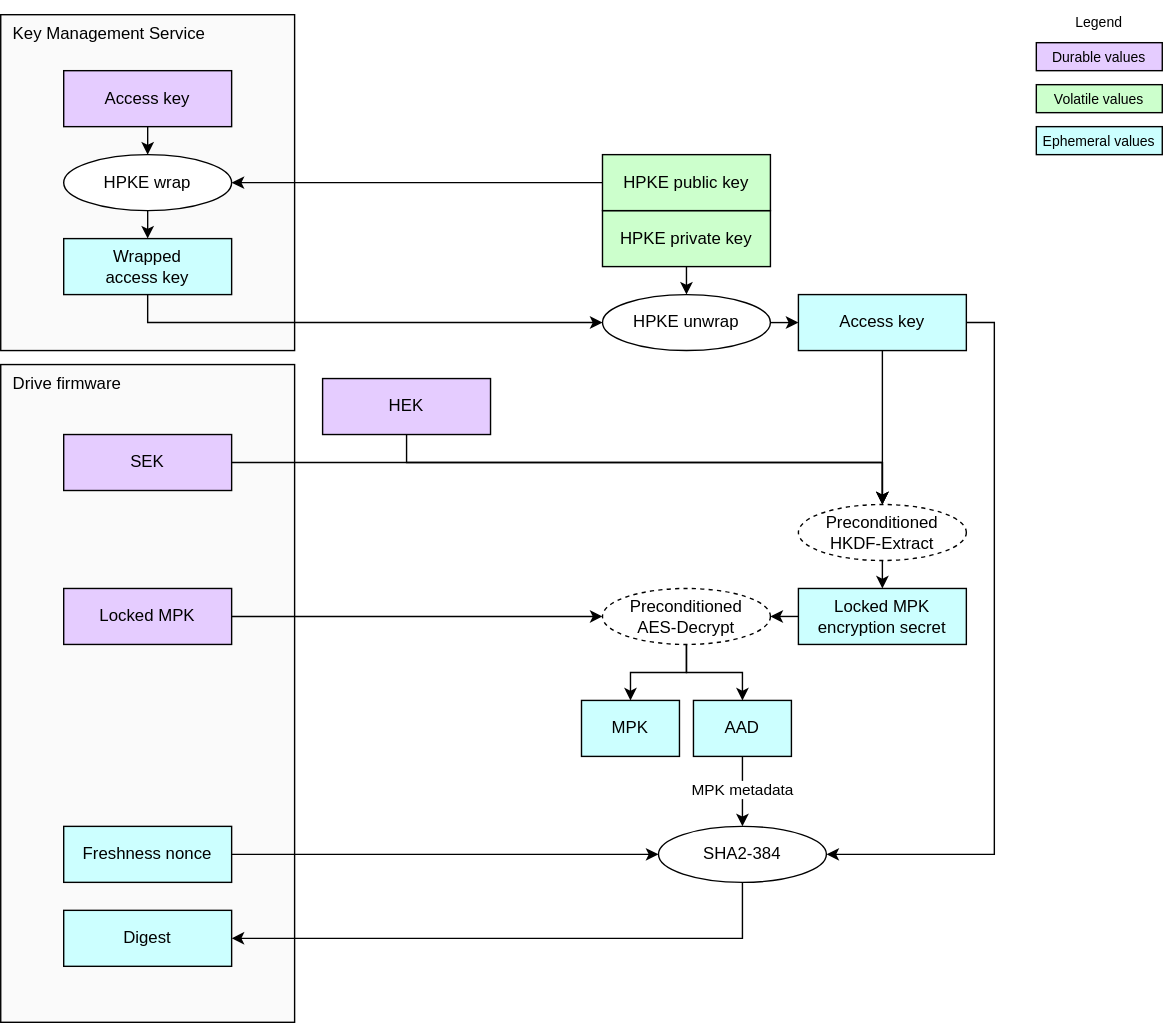
chipsalliance/Caliptra keeps this draw.io diagram as doc/ocp_lock/diagrams/mpk_access_key_testing.drawio.svg. Above is the earlier version. Source tidied: cells renumbered, new cells last; positions are measured from the earlier drawing's top-left corner, leaving out a move shared by most shapes.
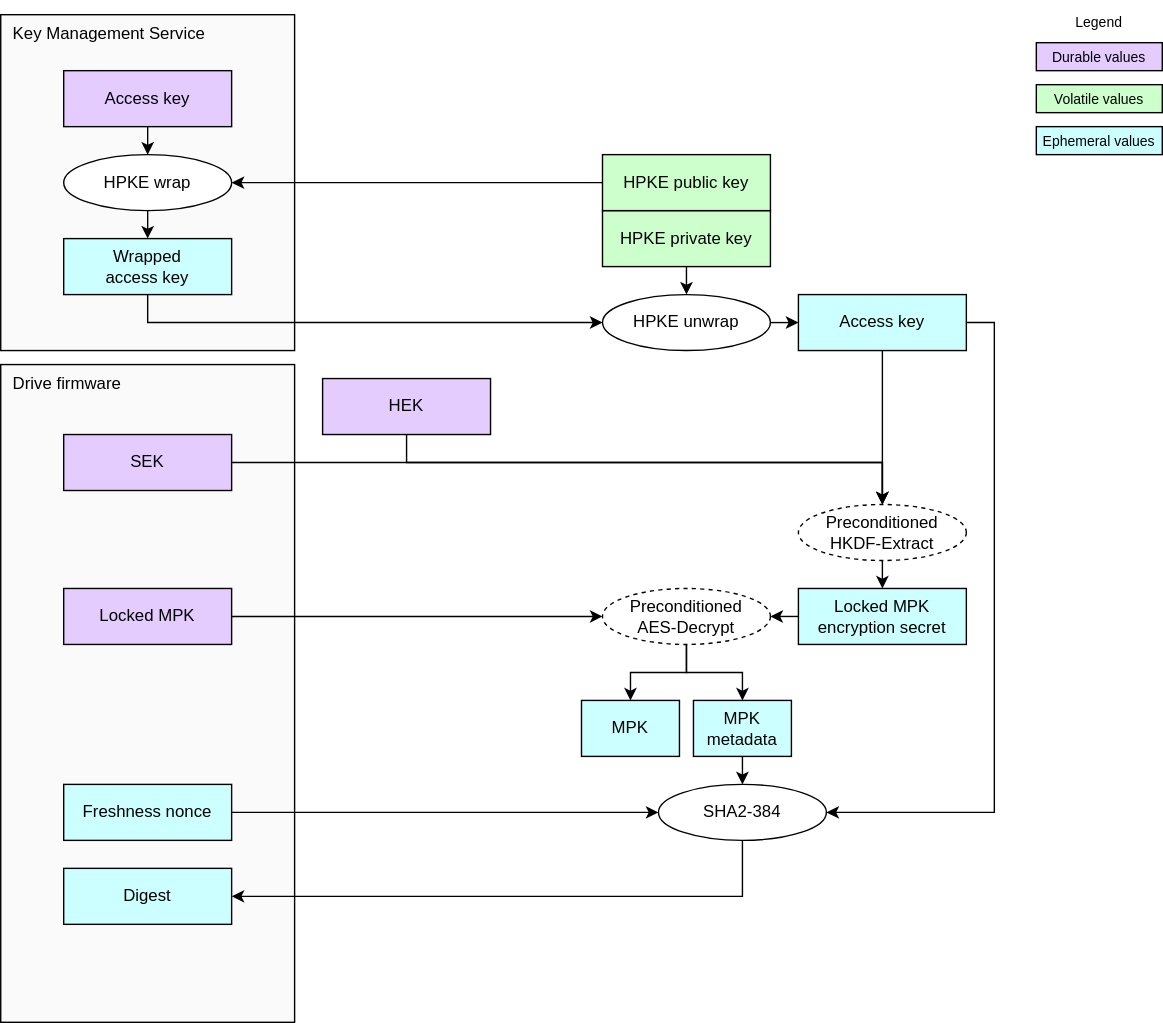
After the commit.

Change to the diagram source:
```diff
@@ -18,7 +18,7 @@
       <mxGeometry relative="1" as="geometry">
         <Array as="points">
           <mxPoint x="710" y="230" />
-          <mxPoint x="710" y="610" />
+          <mxPoint x="710" y="580" />
         </Array>
       </mxGeometry>
     </mxCell>
@@ -138,16 +138,16 @@
       <mxGeometry relative="1" as="geometry" />
     </mxCell>
     <mxCell id="37" value="SHA2-384" style="ellipse;whiteSpace=wrap;html=1;fillColor=#FFFFFF;" parent="1" vertex="1">
-      <mxGeometry x="470" y="590" width="120" height="40" as="geometry" />
+      <mxGeometry x="470" y="560" width="120" height="40" as="geometry" />
     </mxCell>
     <mxCell id="38" style="edgeStyle=none;html=1;exitX=1;exitY=0.5;exitDx=0;exitDy=0;entryX=0;entryY=0.5;entryDx=0;entryDy=0;" parent="1" edge="1" source="39" target="37">
       <mxGeometry relative="1" as="geometry" />
     </mxCell>
     <mxCell id="39" value="&lt;div&gt;&lt;font color=&quot;#000000&quot;&gt;Freshness nonce&lt;/font&gt;&lt;/div&gt;" style="rounded=0;whiteSpace=wrap;html=1;align=center;verticalAlign=middle;shadow=0;glass=0;spacingLeft=0;spacingBottom=0;spacingTop=0;fillColor=#CCFFFF;" parent="1" vertex="1">
-      <mxGeometry x="45" y="590" width="120" height="40" as="geometry" />
+      <mxGeometry x="45" y="560" width="120" height="40" as="geometry" />
     </mxCell>
     <mxCell id="40" value="&lt;div&gt;&lt;font color=&quot;#000000&quot;&gt;Digest&lt;/font&gt;&lt;/div&gt;" style="rounded=0;whiteSpace=wrap;html=1;align=center;verticalAlign=middle;shadow=0;glass=0;spacingLeft=0;spacingBottom=0;spacingTop=0;fillColor=#CCFFFF;" parent="1" vertex="1">
-      <mxGeometry x="45" y="650" width="120" height="40" as="geometry" />
+      <mxGeometry x="45" y="620" width="120" height="40" as="geometry" />
     </mxCell>
     <mxCell id="41" value="&lt;div&gt;&lt;font color=&quot;#000000&quot;&gt;MPK&lt;/font&gt;&lt;/div&gt;" style="rounded=0;whiteSpace=wrap;html=1;align=center;verticalAlign=middle;shadow=0;glass=0;spacingLeft=0;spacingBottom=0;spacingTop=0;fillColor=#CCFFFF;" parent="1" vertex="1">
       <mxGeometry x="415" y="500" width="70" height="40" as="geometry" />
@@ -155,10 +155,7 @@
     <mxCell id="42" style="edgeStyle=none;html=1;exitX=0.5;exitY=1;exitDx=0;exitDy=0;entryX=0.5;entryY=0;entryDx=0;entryDy=0;" parent="1" edge="1" source="44" target="37">
       <mxGeometry relative="1" as="geometry" />
     </mxCell>
-    <mxCell id="43" value="MPK metadata" style="edgeLabel;html=1;align=center;verticalAlign=middle;" parent="42" vertex="1">
-      <mxGeometry x="-0.06" y="-1" relative="1" as="geometry" />
-    </mxCell>
-    <mxCell id="44" value="&lt;div&gt;&lt;font color=&quot;#000000&quot;&gt;AAD&lt;/font&gt;&lt;/div&gt;" style="rounded=0;whiteSpace=wrap;html=1;align=center;verticalAlign=middle;shadow=0;glass=0;spacingLeft=0;spacingBottom=0;spacingTop=0;fillColor=#CCFFFF;" parent="1" vertex="1">
+    <mxCell id="44" value="&lt;div&gt;&lt;font color=&quot;#000000&quot;&gt;MPK metadata&lt;/font&gt;&lt;/div&gt;" style="rounded=0;whiteSpace=wrap;html=1;align=center;verticalAlign=middle;shadow=0;glass=0;spacingLeft=0;spacingBottom=0;spacingTop=0;fillColor=#CCFFFF;" parent="1" vertex="1">
       <mxGeometry x="495" y="500" width="70" height="40" as="geometry" />
     </mxCell>
   </root>
```
